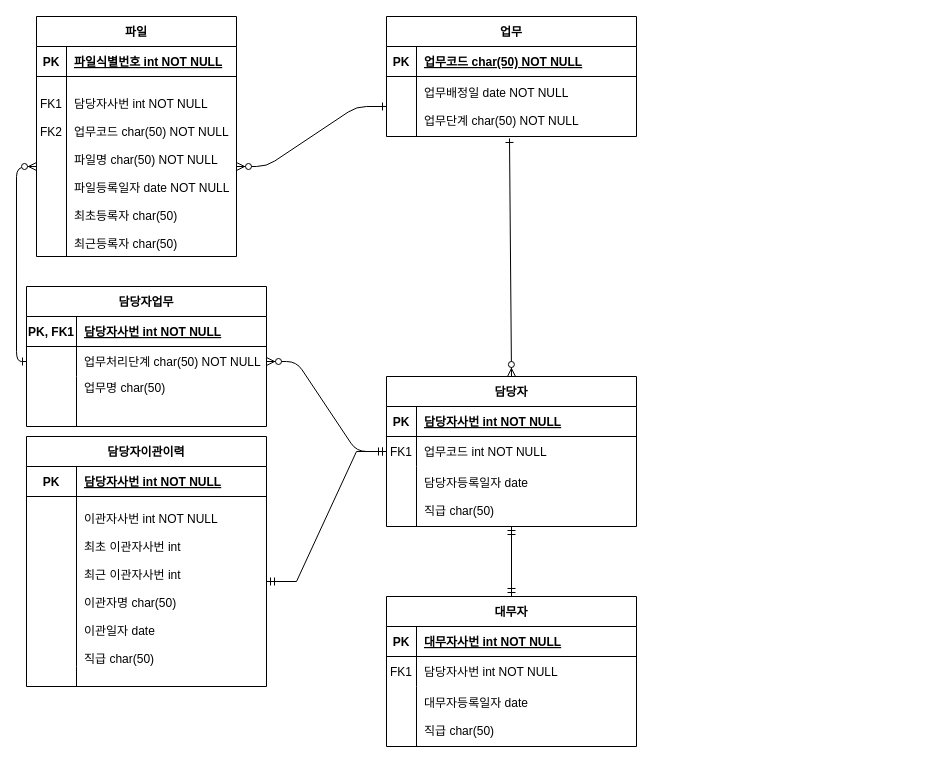
Above: page "Page-1" (1 of 2) of core_ERD.drawio in corrvax/toby (draw.io), before the change. Source tidied: cells renumbered, new cells numbered last; positions are measured from the earlier drawing's top-left corner, leaving out a move shared by most shapes. Both pictures are drawn from the tidied source at 100%, with x=0, y=0 at pixel (26, 16).
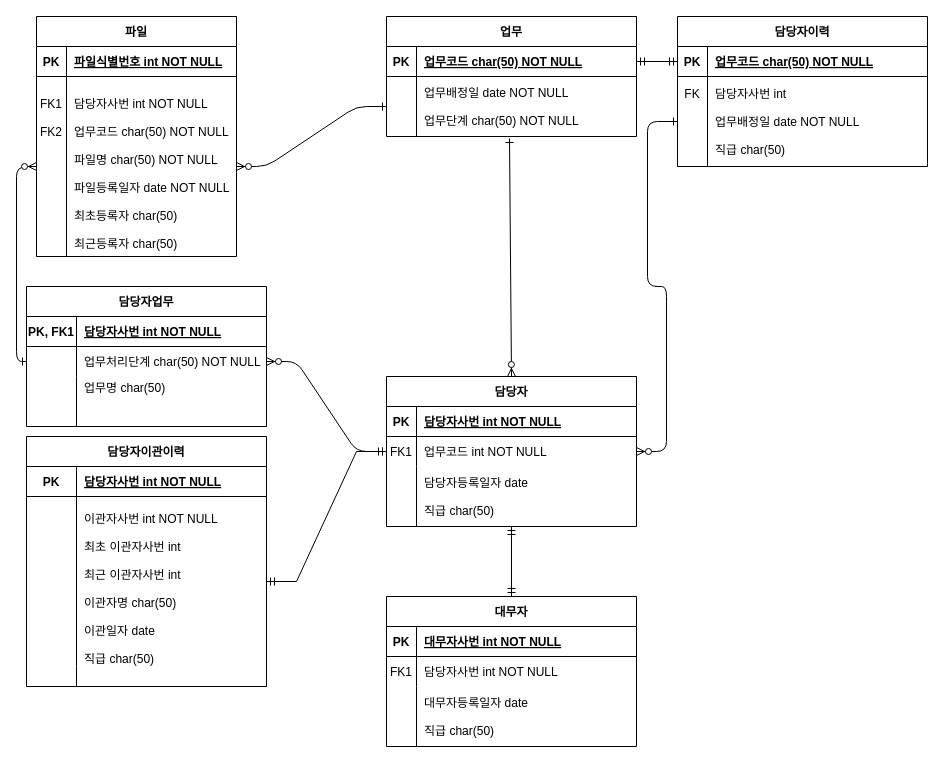
After the change.

The change refers to these unchanged cells:
```xml
<mxCell id="4" style="shape=partialRectangle;fillColor=none;points=[[0,0.5],[1,0.5]];portConstraint=eastwest;top=0;left=0;right=0;bottom=1;" parent="3" vertex="1">
  <mxGeometry y="30" width="250" height="30" as="geometry" />
</mxCell>
<mxCell id="14" style="shape=partialRectangle;fillColor=none;points=[[0,0.5],[1,0.5]];portConstraint=eastwest;top=0;left=0;right=0;bottom=0;" parent="10" vertex="1">
  <mxGeometry y="60" width="250" height="30" as="geometry" />
</mxCell>
```

Diff of the diagram source:
```diff
@@
+    <mxCell id="62" value="담당자이력" style="shape=table;startSize=30;childLayout=tableLayout;rowLines=0;fontStyle=1;align=center;" parent="1" vertex="1">
+      <mxGeometry x="651" width="250" height="150" as="geometry" />
+    </mxCell>
+    <mxCell id="63" style="shape=partialRectangle;fillColor=none;points=[[0,0.5],[1,0.5]];portConstraint=eastwest;top=0;left=0;right=0;bottom=1;" parent="62" vertex="1">
+      <mxGeometry y="30" width="250" height="30" as="geometry" />
+    </mxCell>
+    <mxCell id="64" value="PK" style="shape=partialRectangle;overflow=hidden;fillColor=none;top=0;left=0;bottom=0;right=0;fontStyle=1;" parent="63" vertex="1">
+      <mxGeometry width="30" height="30" as="geometry" />
+    </mxCell>
+    <mxCell id="65" value="업무코드 char(50) NOT NULL " style="shape=partialRectangle;overflow=hidden;fillColor=none;top=0;left=0;bottom=0;right=0;align=left;spacingLeft=6;fontStyle=5;" parent="63" vertex="1">
+      <mxGeometry x="30" width="220" height="30" as="geometry" />
+    </mxCell>
+    <mxCell id="66" style="shape=partialRectangle;fillColor=none;points=[[0,0.5],[1,0.5]];portConstraint=eastwest;top=0;left=0;right=0;bottom=0;" parent="62" vertex="1">
+      <mxGeometry y="60" width="250" height="90" as="geometry" />
+    </mxCell>
+    <mxCell id="67" value="FK&#10;&#10;&#10;&#10;" style="shape=partialRectangle;overflow=hidden;fillColor=none;top=0;left=0;bottom=0;right=0;" parent="66" vertex="1">
+      <mxGeometry width="30" height="90" as="geometry" />
+    </mxCell>
+    <mxCell id="68" value="담당자사번 int &#10;&#10;업무배정일 date NOT NULL&#10;&#10;직급 char(50)" style="shape=partialRectangle;overflow=hidden;fillColor=none;top=0;left=0;bottom=0;right=0;align=left;spacingLeft=6;" parent="66" vertex="1">
+      <mxGeometry x="30" width="220" height="90" as="geometry" />
+    </mxCell>
+    <mxCell id="69" style="fontSize=12;html=1;endArrow=ERmandOne;startArrow=ERmandOne;rounded=0;exitX=0;exitY=0.5;exitDx=0;exitDy=0;entryX=1;entryY=0.5;entryDx=0;entryDy=0;" parent="1" edge="1" source="63" target="4">
+      <mxGeometry relative="1" as="geometry" />
+    </mxCell>
+    <mxCell id="70" style="edgeStyle=entityRelationEdgeStyle;endArrow=ERzeroToMany;startArrow=ERone;endFill=1;startFill=0;entryX=1;entryY=0.5;entryDx=0;entryDy=0;" parent="1" edge="1" source="66" target="14">
+      <mxGeometry relative="1" as="geometry" />
+    </mxCell>
```
